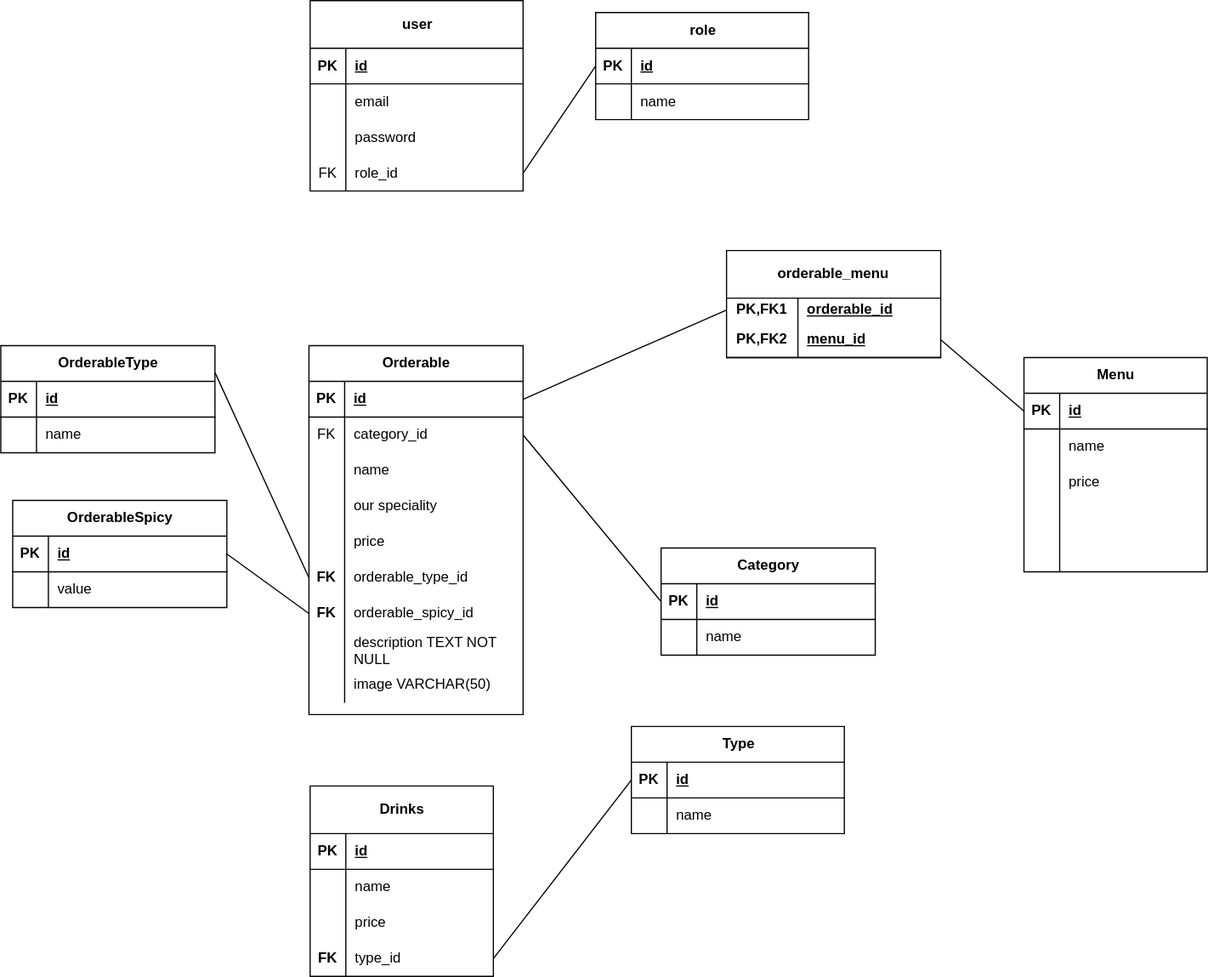
Above: code/merise/MLD.drawio.svg in prativa-k/Le-chemin-d-himalaya (draw.io), before the change. Source tidied: cells renumbered, new cells last; positions are measured from the earlier drawing's top-left corner, leaving out a move shared by most shapes.
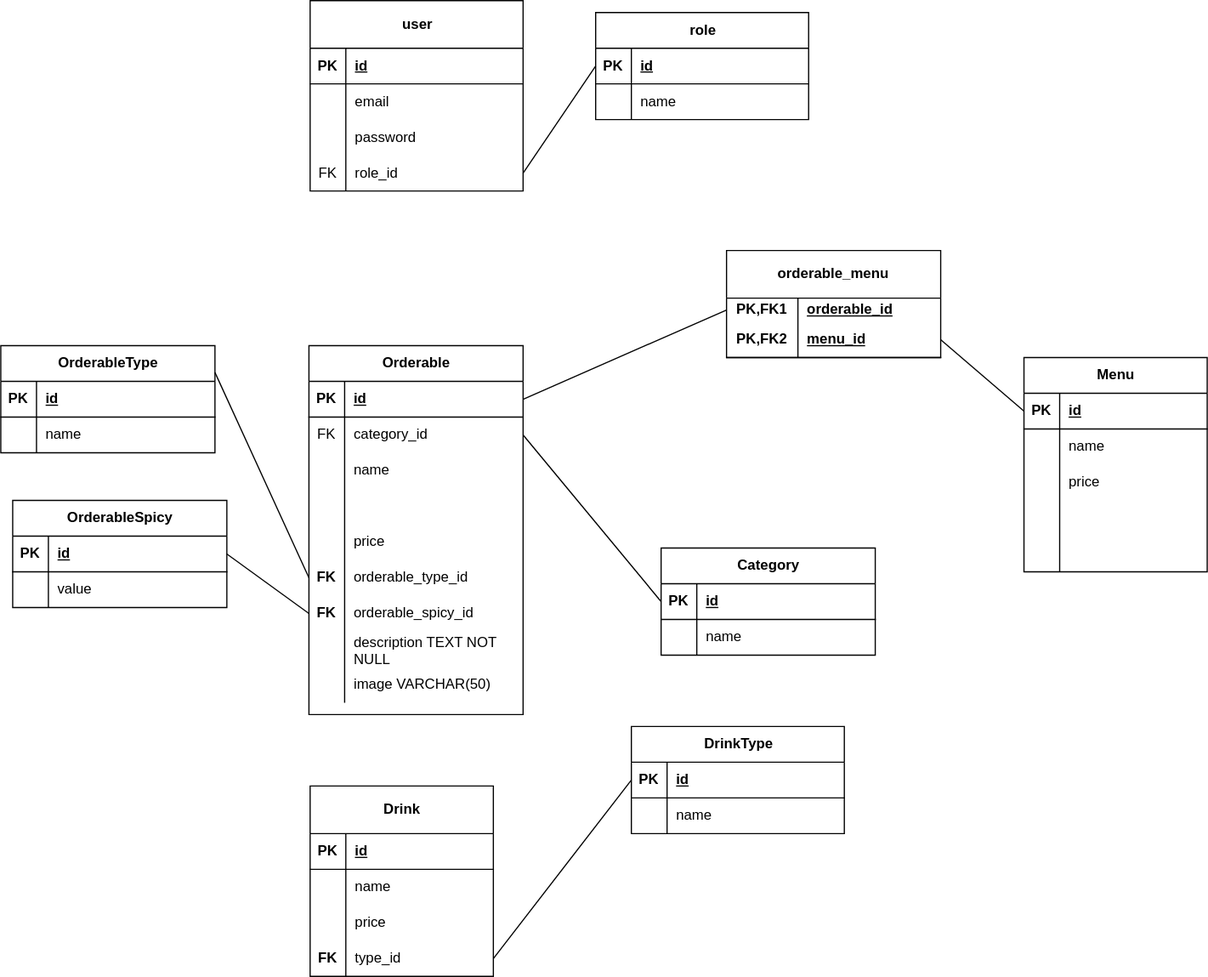
The same file after the commit.

Change to the diagram source:
```diff
@@ -113,7 +113,7 @@
     <mxCell id="38" style="shape=partialRectangle;fillColor=none;top=0;left=0;bottom=0;right=0;align=left;spacingLeft=6;overflow=hidden;whiteSpace=wrap;html=1;" parent="36" vertex="1">
       <mxGeometry x="30" width="124" height="30" as="geometry" />
     </mxCell>
-    <mxCell id="39" value="Drinks" style="shape=table;startSize=40;rowLines=0;fontStyle=1;align=center;html=1;" parent="1" vertex="1">
+    <mxCell id="39" value="Drink" style="shape=table;startSize=40;rowLines=0;fontStyle=1;align=center;html=1;" parent="1" vertex="1">
       <mxGeometry x="260" y="660" width="154" height="160" as="geometry" />
     </mxCell>
     <mxCell id="40" style="shape=tableRow;horizontal=0;startSize=0;swimlaneHead=0;swimlaneBody=0;fillColor=none;top=0;left=0;right=0;bottom=1;" parent="39" vertex="1">
@@ -152,7 +152,7 @@
     <mxCell id="51" value="type_id" style="shape=partialRectangle;fillColor=none;top=0;left=0;bottom=0;right=0;align=left;spacingLeft=6;overflow=hidden;whiteSpace=wrap;html=1;" parent="49" vertex="1">
       <mxGeometry x="30" width="124" height="30" as="geometry" />
     </mxCell>
-    <mxCell id="52" value="Type" style="shape=table;startSize=30;rowLines=0;fontStyle=1;align=center;html=1;" parent="1" vertex="1">
+    <mxCell id="52" value="DrinkType" style="shape=table;startSize=30;rowLines=0;fontStyle=1;align=center;html=1;" parent="1" vertex="1">
       <mxGeometry x="530" y="610" width="179" height="90" as="geometry" />
     </mxCell>
     <mxCell id="53" style="shape=tableRow;horizontal=0;startSize=0;swimlaneHead=0;swimlaneBody=0;fillColor=none;points=[[0,0.5],[1,0.5]];portConstraint=eastwest;top=0;left=0;right=0;bottom=1;" parent="52" vertex="1">
@@ -230,7 +230,7 @@
     <mxCell id="77" style="shape=partialRectangle;fillColor=none;top=0;left=0;bottom=0;right=0;overflow=hidden;whiteSpace=wrap;html=1;" parent="76" vertex="1">
       <mxGeometry width="30" height="30" as="geometry" />
     </mxCell>
-    <mxCell id="78" value="our speciality" style="shape=partialRectangle;fillColor=none;top=0;left=0;bottom=0;right=0;align=left;spacingLeft=6;overflow=hidden;whiteSpace=wrap;html=1;" parent="76" vertex="1">
+    <mxCell id="78" style="shape=partialRectangle;fillColor=none;top=0;left=0;bottom=0;right=0;align=left;spacingLeft=6;overflow=hidden;whiteSpace=wrap;html=1;" parent="76" vertex="1">
       <mxGeometry x="30" width="150" height="30" as="geometry" />
     </mxCell>
     <mxCell id="79" style="shape=tableRow;horizontal=0;startSize=0;swimlaneHead=0;swimlaneBody=0;fillColor=none;top=0;left=0;right=0;bottom=0;" parent="66" vertex="1">
```
